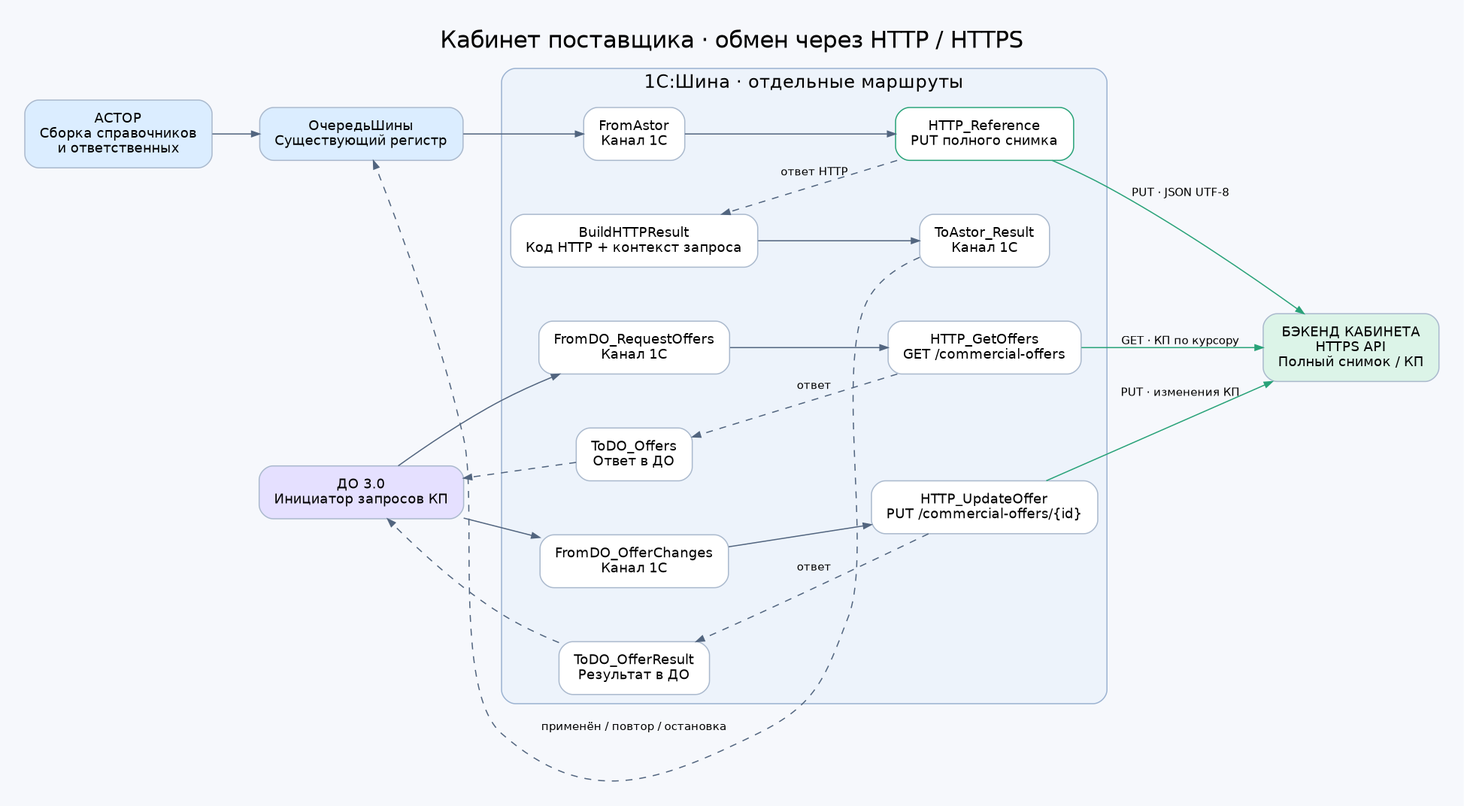
DEN97SE/react_project keeps this Graphviz diagram as onec/docs/http-scheme.png. Above is the earlier version. Its source is kept beside it as onec/docs/http-scheme.dot.
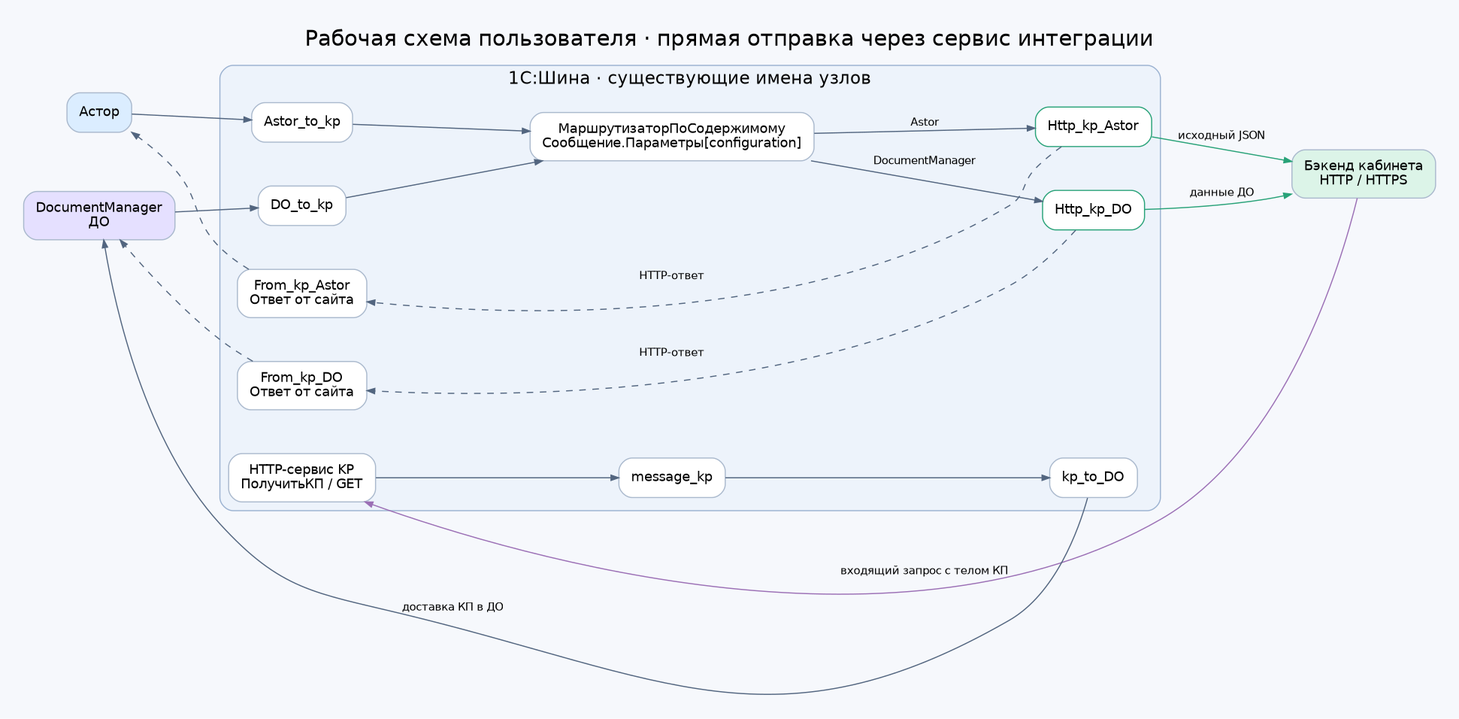
Later version of the same file.

What changed in the source:
```diff
@@ -1,35 +1,34 @@
 digraph HTTP_KP {
-  graph [rankdir=LR, bgcolor="#f6f8fc", pad="0.3", nodesep="0.65", ranksep="0.55", fontname="DejaVu Sans", fontsize=20, labelloc=t, label="Кабинет поставщика · обмен через HTTP / HTTPS"];
-  node [shape=box, style="rounded,filled", fillcolor=white, color="#aab9cd", fontname="DejaVu Sans", fontsize=12, margin="0.18,0.14"];
-  edge [color="#52657f", arrowsize=0.7, fontname="DejaVu Sans", fontsize=10];
-  Astor [label="АСТОР\nСборка справочников\nи ответственных", fillcolor="#dbedff"];
-  Q [label="ОчередьШины\nСуществующий регистр", fillcolor="#dbedff"];
-  DO [label="ДО 3.0\nИнициатор запросов КП", fillcolor="#e5e0ff"];
-  Backend [label="БЭКЕНД КАБИНЕТА\nHTTPS API\nПолный снимок / КП", fillcolor="#dcf4e8"];
-  subgraph cluster_bus {
-    label="1С:Шина · отдельные маршруты"; color="#9bb2d1"; style="rounded"; bgcolor="#edf3fb"; fontsize=16;
-    FromAstor [label="FromAstor\nКанал 1С"];
-    HTTPReference [label="HTTP_Reference\nPUT полного снимка", color="#28a278"];
-    Result [label="BuildHTTPResult\nКод HTTP + контекст запроса"];
-    ToAstor [label="ToAstor_Result\nКанал 1С"];
-    FromDOGet [label="FromDO_RequestOffers\nКанал 1С"];
-    HTTPGet [label="HTTP_GetOffers\nGET /commercial-offers"];
-    ToDOGet [label="ToDO_Offers\nОтвет в ДО"];
-    FromDOUpdate [label="FromDO_OfferChanges\nКанал 1С"];
-    HTTPUpdate [label="HTTP_UpdateOffer\nPUT /commercial-offers/{id}"];
-    ToDOResult [label="ToDO_OfferResult\nРезультат в ДО"];
-  }
-  Astor -> Q -> FromAstor -> HTTPReference;
-  HTTPReference -> Backend [label="PUT · JSON UTF-8", color="#28a278"];
-  HTTPReference -> Result [label="ответ HTTP", constraint=false, style=dashed];
-  Result -> ToAstor;
-  ToAstor -> Q [label="применён / повтор / остановка", constraint=false, style=dashed];
-  DO -> FromDOGet -> HTTPGet;
-  HTTPGet -> Backend [label="GET · КП по курсору", color="#28a278"];
-  HTTPGet -> ToDOGet [label="ответ", constraint=false, style=dashed];
-  ToDOGet -> DO [constraint=false, style=dashed];
-  DO -> FromDOUpdate -> HTTPUpdate;
-  HTTPUpdate -> Backend [label="PUT · изменения КП", color="#28a278"];
-  HTTPUpdate -> ToDOResult [label="ответ", constraint=false, style=dashed];
-  ToDOResult -> DO [constraint=false, style=dashed];
+ graph [rankdir=LR, bgcolor="#f6f8fc", pad="0.3", nodesep="0.55", ranksep="0.65", fontname="DejaVu Sans", fontsize=20, labelloc=t, label="Рабочая схема пользователя · прямая отправка через сервис интеграции"];
+ node [shape=box, style="rounded,filled", fillcolor=white, color="#aab9cd", fontname="DejaVu Sans", fontsize=12, margin="0.15,0.12"];
+ edge [color="#52657f", arrowsize=0.7, fontname="DejaVu Sans", fontsize=10];
+ A [label="Астор", fillcolor="#dbedff"];
+ D [label="DocumentManager\nДО", fillcolor="#e5e0ff"];
+ B [label="Бэкенд кабинета\nHTTP / HTTPS", fillcolor="#dcf4e8"];
+ subgraph cluster_bus {
+  label="1С:Шина · существующие имена узлов"; color="#9bb2d1"; style="rounded"; bgcolor="#edf3fb"; fontsize=16;
+  AK [label="Astor_to_kp"];
+  DK [label="DO_to_kp"];
+  R [label="МаршрутизаторПоСодержимому\nСообщение.Параметры[configuration]"];
+  HA [label="Http_kp_Astor",color="#28a278"];
+  HD [label="Http_kp_DO",color="#28a278"];
+  RA [label="From_kp_Astor\nОтвет от сайта"];
+  RD [label="From_kp_DO\nОтвет от сайта"];
+  KP [label="HTTP-сервис KP\nПолучитьКП / GET"];
+  M [label="message_kp"];
+  TD [label="kp_to_DO"];
+ }
+ A -> AK -> R;
+ D -> DK -> R;
+ R -> HA [label="Astor"];
+ R -> HD [label="DocumentManager"];
+ HA -> B [label="исходный JSON",color="#28a278"];
+ HD -> B [label="данные ДО",color="#28a278"];
+ HA -> RA [label="HTTP-ответ",style=dashed,constraint=false];
+ HD -> RD [label="HTTP-ответ",style=dashed,constraint=false];
+ RA -> A [style=dashed,constraint=false];
+ RD -> D [style=dashed,constraint=false];
+ B -> KP [label="входящий запрос с телом КП",constraint=false,color="#9b6fb5"];
+ KP -> M -> TD;
+ TD -> D [label="доставка КП в ДО",constraint=false];
 }
```
